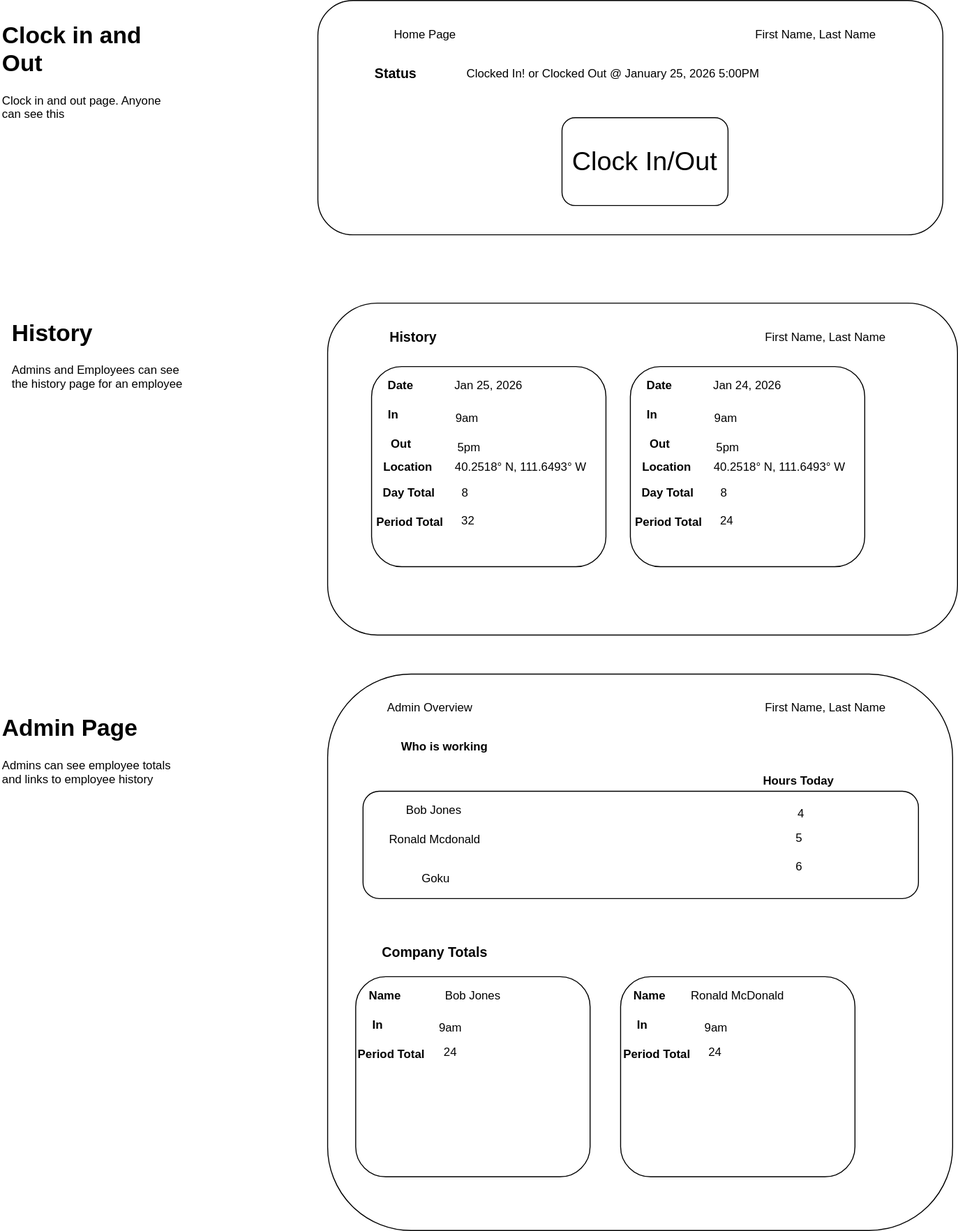
Before: design/design.svg, a diagram exported from draw.io (naataaniitsosie/startup). Source tidied: cells renumbered, new cells last; positions are measured from the earlier drawing's top-left corner, leaving out a move shared by most shapes.
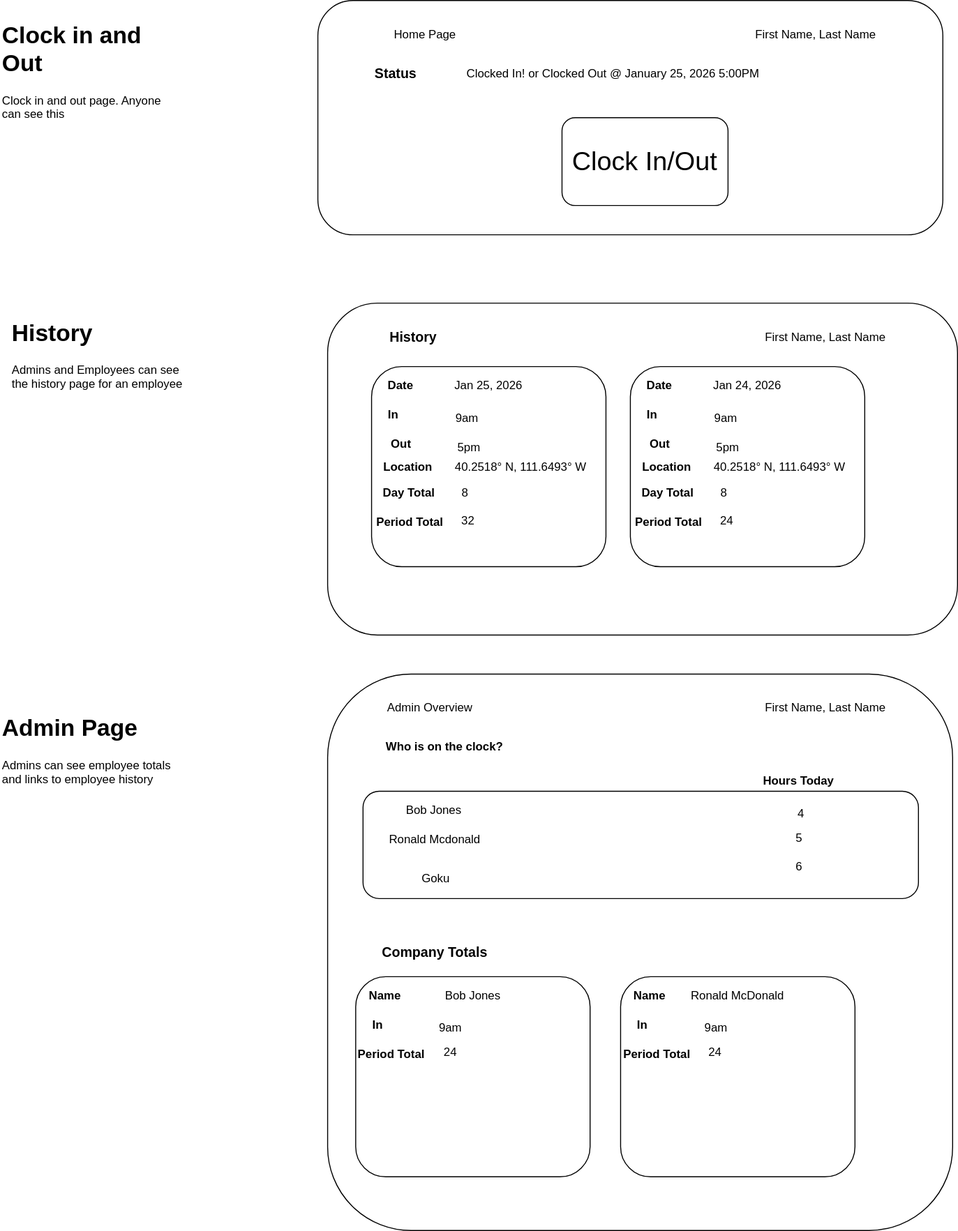
The same file after the commit.

Commit message:
admin who is on the clock for web sockets

Diff of the diagram source:
```diff
@@ -170,7 +170,7 @@
     <mxCell id="57" value="Name" style="text;html=1;whiteSpace=wrap;strokeColor=none;fillColor=none;align=center;verticalAlign=middle;rounded=0;fontStyle=1;" parent="1" vertex="1">
       <mxGeometry x="635" y="1005" width="60" height="30" as="geometry" />
     </mxCell>
-    <mxCell id="58" value="&lt;b&gt;Who is working&lt;/b&gt;" style="text;html=1;whiteSpace=wrap;strokeColor=none;fillColor=none;align=center;verticalAlign=middle;rounded=0;" parent="1" vertex="1">
+    <mxCell id="58" value="&lt;b&gt;Who is on the clock?&lt;/b&gt;" style="text;html=1;whiteSpace=wrap;strokeColor=none;fillColor=none;align=center;verticalAlign=middle;rounded=0;" parent="1" vertex="1">
       <mxGeometry x="380" y="750" width="150" height="30" as="geometry" />
     </mxCell>
     <mxCell id="59" style="rounded=1;whiteSpace=wrap;html=1;" parent="1" vertex="1">
```
